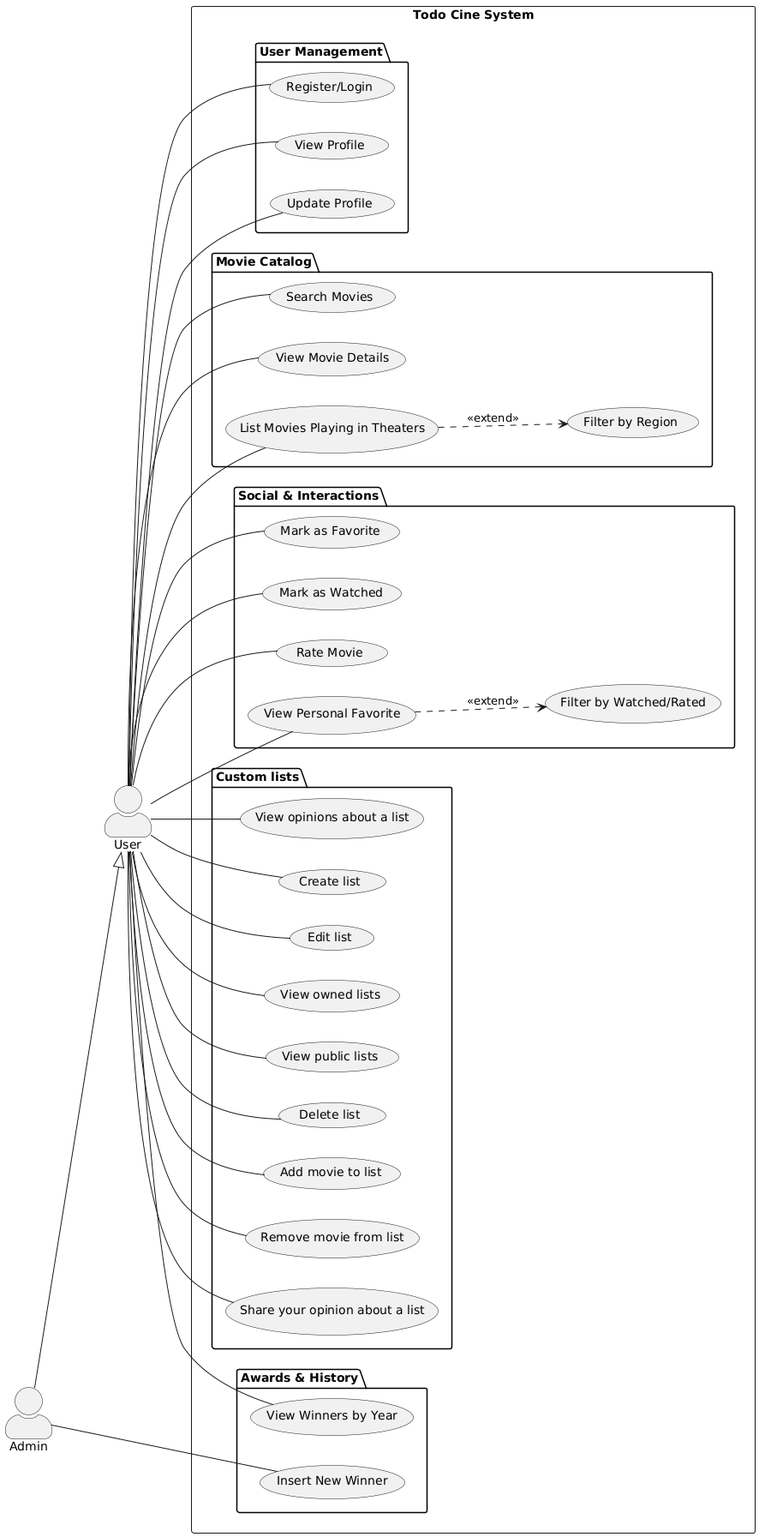
Above: src/main/resources/uml/case_use_diagram.png in abeltran10/todocine_backend (PlantUML), before the change.
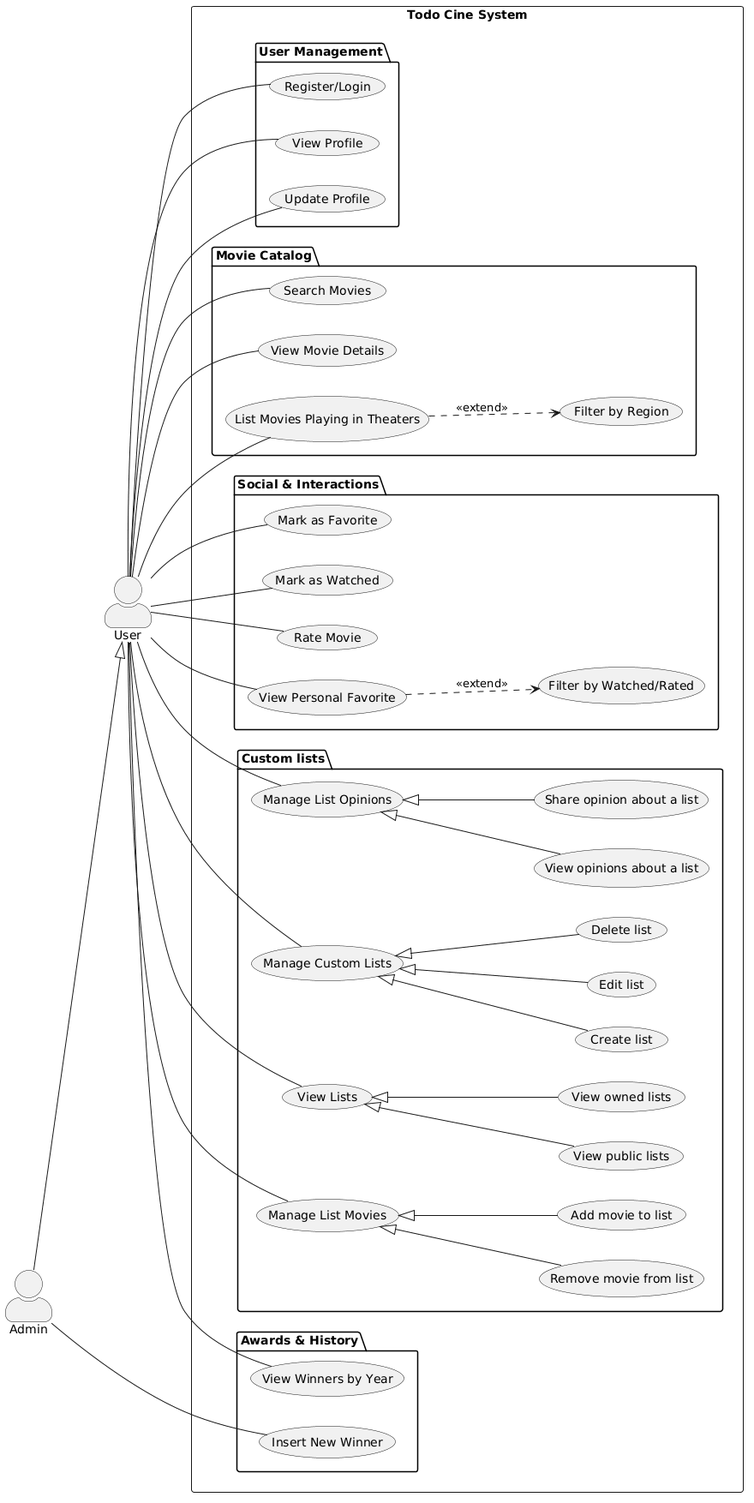
Above is the later version.

Change to the diagram source:
```diff
@@ -35,15 +35,22 @@
     }
 
     package "Custom lists" {
-        U -- (Create list)
-        U -- (Edit list)
-        U -- (View owned lists)
-        U -- (View public lists)
-        U -- (Delete list)
-        U -- (Add movie to list)
-        U -- (Remove movie from list)
-        U -- (Share your opinion about a list)
-        U -- (View opinions about a list)
+        U -- (Manage Custom Lists)
+        (Manage Custom Lists) <|-- (Create list)
+        (Manage Custom Lists) <|-- (Edit list)
+        (Manage Custom Lists) <|-- (Delete list)
+
+        U -- (View Lists)
+        (View Lists) <|-- (View owned lists)
+        (View Lists) <|-- (View public lists)
+
+        U -- (Manage List Movies)
+        (Manage List Movies) <|-- (Add movie to list)
+        (Manage List Movies) <|-- (Remove movie from list)
+
+        U -- (Manage List Opinions)
+        (Manage List Opinions) <|-- (Share opinion about a list)
+        (Manage List Opinions) <|-- (View opinions about a list)
     }
 }
 
```
